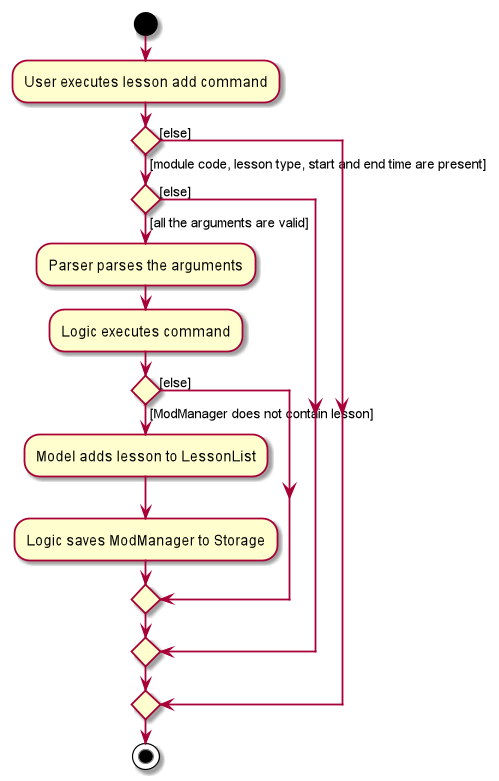
Before: docs/images/LessonAddActivityDiagram.png, a diagram exported from PlantUML (zixinn/main). Source of this version:
```plantuml
@startuml
start
:User executes lesson add command;
if () then ([module code, lesson type, start and end time are present])
    if () then([all the arguments are valid])
        :Parser parses the arguments;
        :Logic executes command;
        if () then ([ModManager does not contain lesson])
            :Model adds lesson to LessonList;
            :Logic saves ModManager to Storage;
        else ([else])
        endif
    else([else])
    endif

else([else])
endif
stop
@enduml
```
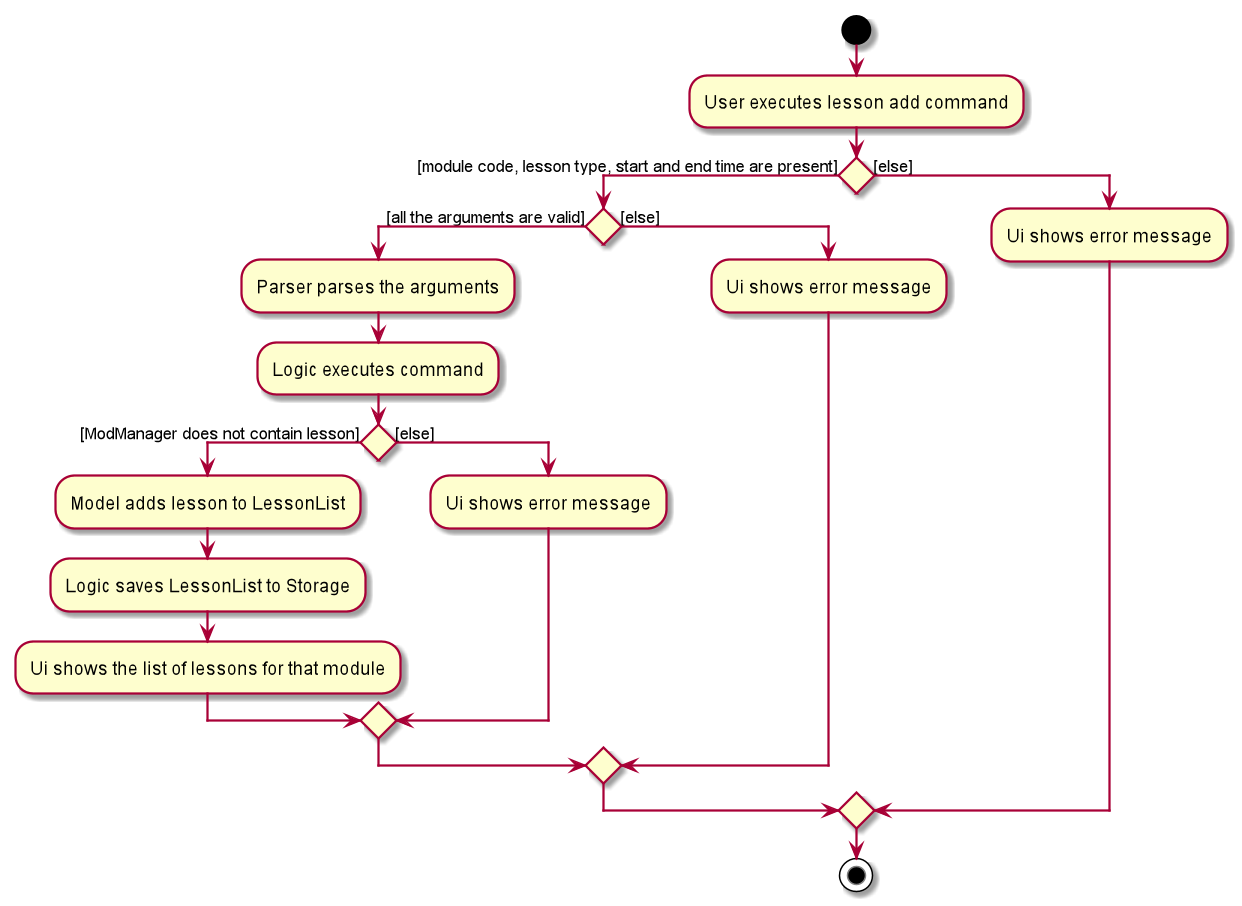
Above is the later version.

Change to the diagram source:
```diff
@@ -7,13 +7,16 @@
         :Logic executes command;
         if () then ([ModManager does not contain lesson])
             :Model adds lesson to LessonList;
-            :Logic saves ModManager to Storage;
+            :Logic saves LessonList to Storage;
+            :Ui shows the list of lessons for that module;
         else ([else])
+            :Ui shows error message;
         endif
     else([else])
+        :Ui shows error message;
     endif
-
 else([else])
+    :Ui shows error message;
 endif
 stop
 @enduml
```
